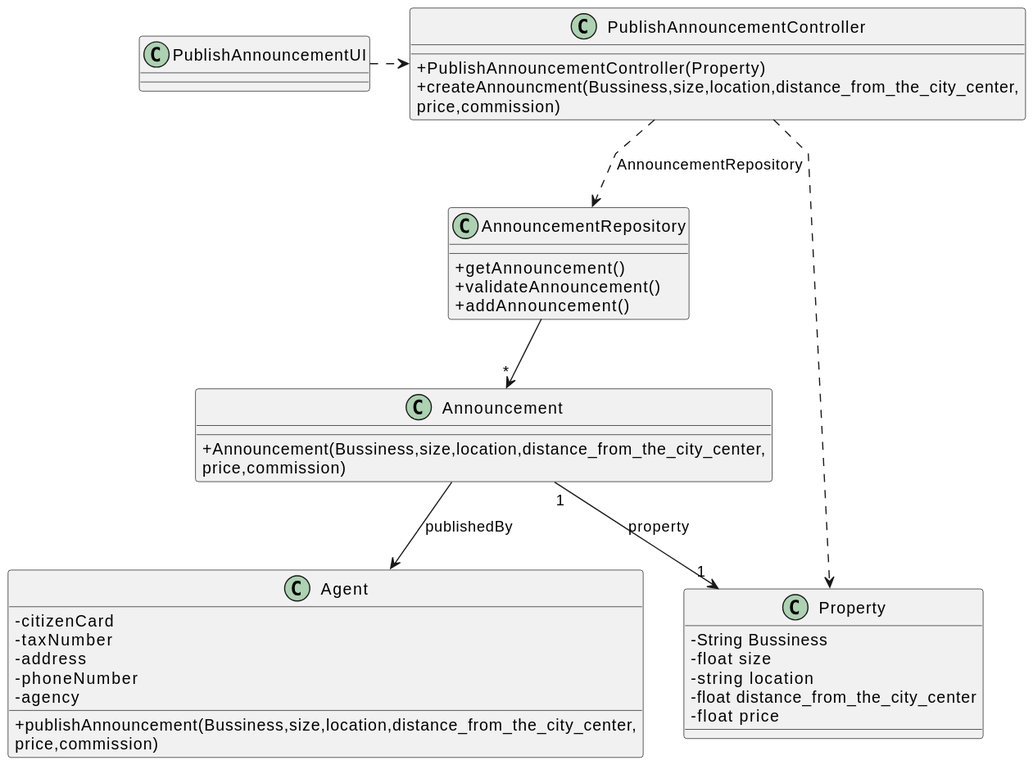
Before: docs/sprintB/US002/03.design/svg/US2_CD.svg, a diagram exported from PlantUML (tiagohcorreia/LAPR2). Source of this version:
```plantuml
@startuml
skinparam packageStyle rectangle
skinparam shadowing false
skinparam linetype polyline

skinparam classAttributeIconSize 0


class PublishAnnouncementUI{
}

class PublishAnnouncementController {
    + PublishAnnouncementController(Property)
    + createAnnouncment(Bussiness,size,location,distance_from_the_city_center,\nprice,commission)

}




class AnnouncementRepository{
    +getAnnouncement()
    +validateAnnouncement()
    +addAnnouncement()
}

class Announcement{
    + Announcement(Bussiness,size,location,distance_from_the_city_center,\nprice,commission)

}

class Property{
  -String Bussiness
  -float size
  -string location
  -float distance_from_the_city_center
  -float price
}



class Agent {
    -citizenCard
    -taxNumber
    -address
    -phoneNumber
    -agency
    +publishAnnouncement(Bussiness,size,location,distance_from_the_city_center,\nprice,commission)
}




PublishAnnouncementUI .> PublishAnnouncementController

PublishAnnouncementController ..> Property

PublishAnnouncementController ..> AnnouncementRepository : AnnouncementRepository

AnnouncementRepository --> "*" Announcement

Announcement "1" --> "1" Property: property

Announcement --> Agent : publishedBy
@enduml
```
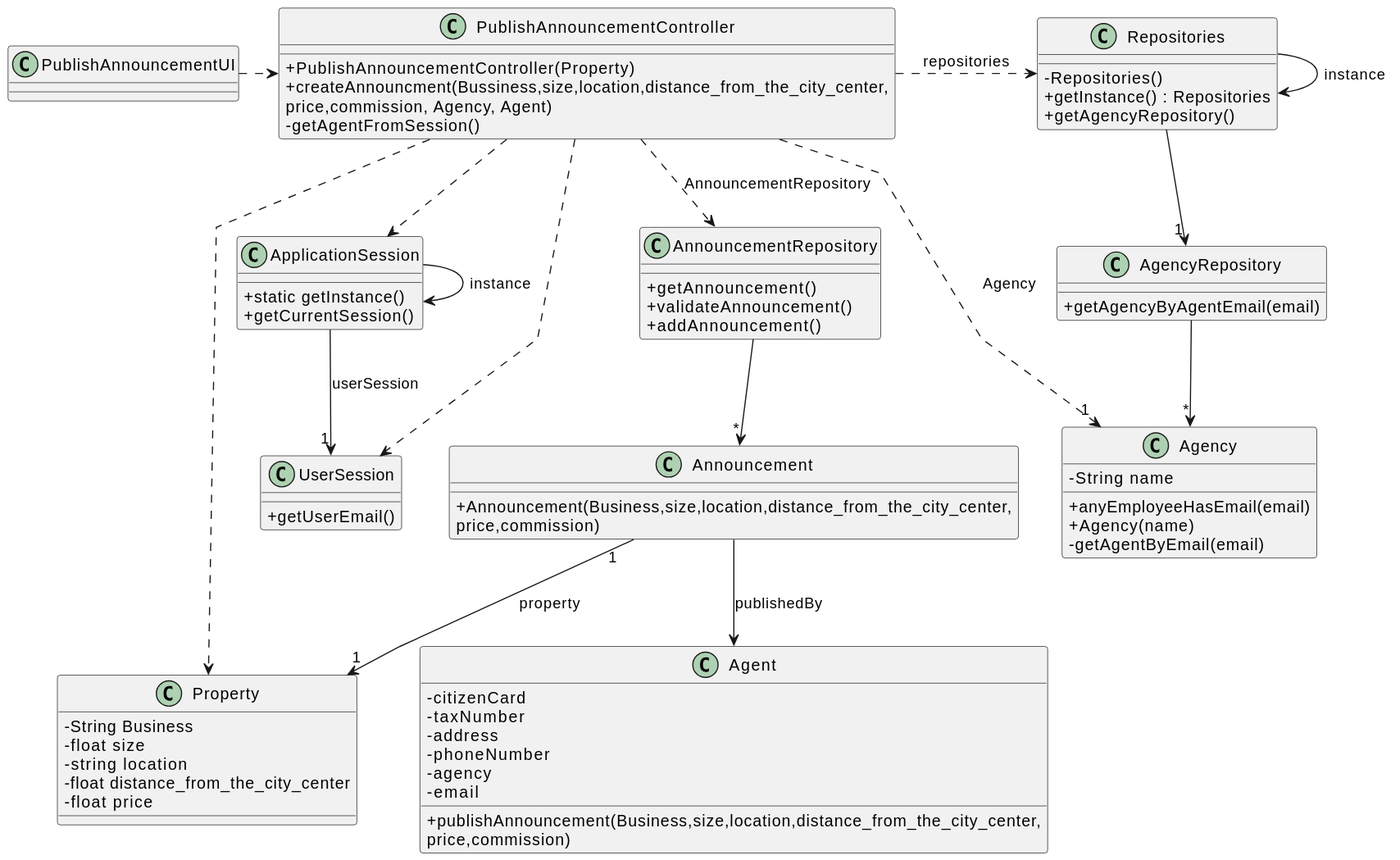
Above is the later version.

Change to the diagram source:
```diff
@@ -11,12 +11,39 @@
 
 class PublishAnnouncementController {
     + PublishAnnouncementController(Property)
-    + createAnnouncment(Bussiness,size,location,distance_from_the_city_center,\nprice,commission)
+    + createAnnouncment(Bussiness,size,location,distance_from_the_city_center,\nprice,commission, Agency, Agent)
+    - getAgentFromSession()
 
 }
 
+class ApplicationSession
+{
+    + static getInstance()
+    + getCurrentSession()
+}
+
+class UserSession
+{
+    + getUserEmail()
+}
 
 
+class AgencyRepository {
+    + getAgencyByAgentEmail(email)
+}
+
+class Agency {
+    - String name
+    + anyEmployeeHasEmail(email)
+    + Agency(name)
+    - getAgentByEmail(email)
+}
+
+class Repositories {
+    - Repositories()
+    + getInstance() : Repositories
+    + getAgencyRepository()
+}
 
 class AnnouncementRepository{
     +getAnnouncement()
@@ -25,12 +52,12 @@
 }
 
 class Announcement{
-    + Announcement(Bussiness,size,location,distance_from_the_city_center,\nprice,commission)
+    + Announcement(Business,size,location,distance_from_the_city_center,\nprice,commission)
 
 }
 
 class Property{
-  -String Bussiness
+  -String Business
   -float size
   -string location
   -float distance_from_the_city_center
@@ -45,11 +72,24 @@
     -address
     -phoneNumber
     -agency
-    +publishAnnouncement(Bussiness,size,location,distance_from_the_city_center,\nprice,commission)
+    -email
+    +publishAnnouncement(Business,size,location,distance_from_the_city_center,\nprice,commission)
 }
 
 
 
+Repositories -> Repositories : instance
+ApplicationSession -> ApplicationSession : instance
+PublishAnnouncementController .> Repositories : repositories
+
+Repositories --> "1" AgencyRepository
+
+AgencyRepository --> "*" Agency
+ApplicationSession --> "1" UserSession : userSession
+
+PublishAnnouncementController ..> "1" Agency : Agency
+PublishAnnouncementController ..> ApplicationSession
+PublishAnnouncementController ..> UserSession
 
 PublishAnnouncementUI .> PublishAnnouncementController
 
```
